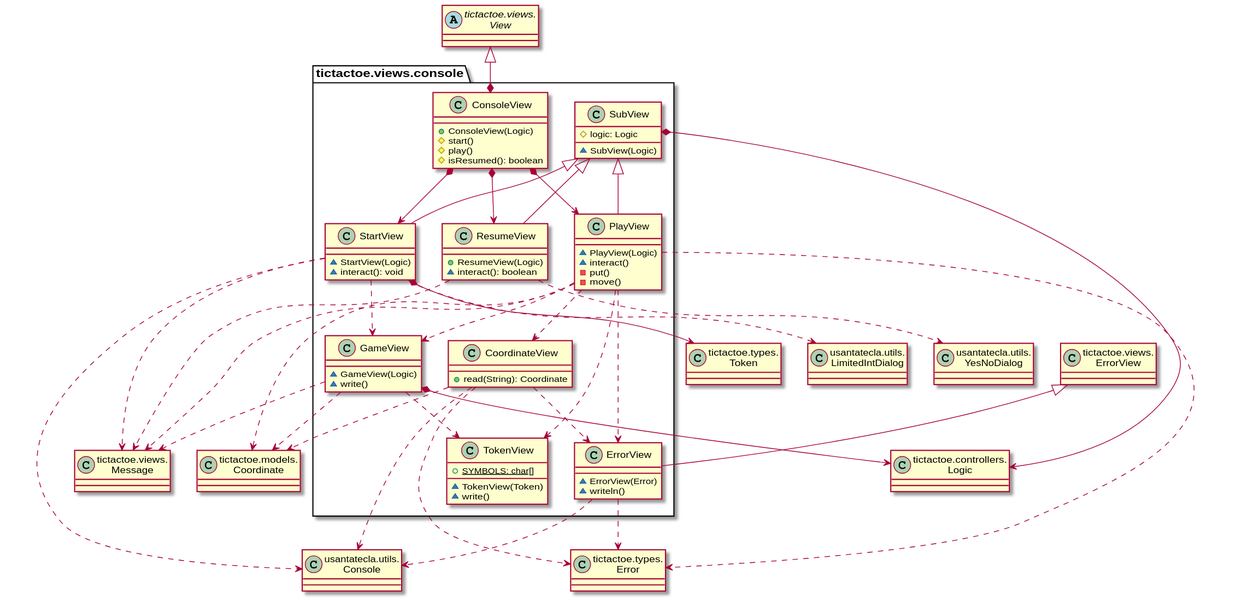
This is modelViewPresenter/presentationModel/withFacade/docs/diagrams/out/paquetes/paqueteTicTactoeViewsConsole.svg from Jolucaa/USantaTecla-project-ticTacToe, a PlantUML export, as it was before one commit. Source of this version:
```plantuml
@startuml
abstract class View as "tictactoe.views.\nView" {}
class Coordinate as "tictactoe.models.\nCoordinate" {}
class Error as "tictactoe.types.\nError" {}
class Token as "tictactoe.types.\nToken" {}
class Message as "tictactoe.views.\nMessage" {}
class ErrorView as "tictactoe.views.\nErrorView" {}
class Logic as "tictactoe.controllers.\nLogic" {}
class Console as "usantatecla.utils.\nConsole" {}
class YesNoDialog as "usantatecla.utils.\nYesNoDialog" {}
class LimitedIntDialog as "usantatecla.utils.\nLimitedIntDialog" {}

class tictactoe.views.console.ConsoleView{
  + ConsoleView(Logic)
  # start()
  # play()
  # isResumed(): boolean
}
tictactoe.views.console.ConsoleView *-up-|> View
tictactoe.views.console.ConsoleView *-down-> tictactoe.views.console.StartView
tictactoe.views.console.ConsoleView *-down-> tictactoe.views.console.PlayView
tictactoe.views.console.ConsoleView *-down-> tictactoe.views.console.ResumeView

class tictactoe.views.console.SubView {
  # logic: Logic
  ~ SubView(Logic)
}
tictactoe.views.console.SubView *-down-> Logic

class tictactoe.views.console.StartView {
  ~ StartView(Logic)
  ~ interact(): void
}
tictactoe.views.console.StartView -up-|> tictactoe.views.console.SubView
tictactoe.views.console.StartView .down.> tictactoe.views.console.GameView
tictactoe.views.console.StartView .down.> Message
tictactoe.views.console.StartView .down.> LimitedIntDialog

class tictactoe.views.console.PlayView {
  ~ PlayView(Logic)
  ~ interact()
  - put()
  - move()
}
tictactoe.views.console.PlayView -up-|> tictactoe.views.console.SubView
tictactoe.views.console.PlayView .down.> tictactoe.views.console.GameView
tictactoe.views.console.PlayView .down.> tictactoe.views.console.TokenView
tictactoe.views.console.PlayView .down.> tictactoe.views.console.CoordinateView
tictactoe.views.console.PlayView .down.> tictactoe.views.console.ErrorView
tictactoe.views.console.PlayView .down.> Coordinate
tictactoe.views.console.PlayView .down.> Message
tictactoe.views.console.PlayView .down.> Error

class  tictactoe.views.console.ResumeView {
  + ResumeView(Logic)
  ~ interact(): boolean
}
tictactoe.views.console.ResumeView -up-|> tictactoe.views.console.SubView
tictactoe.views.console.ResumeView .down.> Message
tictactoe.views.console.ResumeView .down.> YesNoDialog

class tictactoe.views.console.CoordinateView {
  + read(String): Coordinate
}
tictactoe.views.console.CoordinateView .down.> tictactoe.views.console.ErrorView
tictactoe.views.console.CoordinateView .down.> Console
tictactoe.views.console.CoordinateView .down.> Error
tictactoe.views.console.CoordinateView .down.> Coordinate

class tictactoe.views.console.ErrorView {
  ~ ErrorView(Error)
  ~ writeln()
}
tictactoe.views.console.ErrorView .down.> Error
tictactoe.views.console.ErrorView .down.> Console
ErrorView <|-down- tictactoe.views.console.ErrorView

class tictactoe.views.console.GameView {
  ~ GameView(Logic)
  ~ write()
}
tictactoe.views.console.GameView *-down-> Logic
tictactoe.views.console.GameView .down.> tictactoe.views.console.TokenView
tictactoe.views.console.GameView .down.> Coordinate
tictactoe.views.console.GameView .down.> Message

class tictactoe.views.console.TokenView {
  + {static} SYMBOLS: char[]
  ~ TokenView(Token)
  ~ write()
}
tictactoe.views.console.StartView *-down-> Token
tictactoe.views.console.StartView .down.> Console
@enduml
```
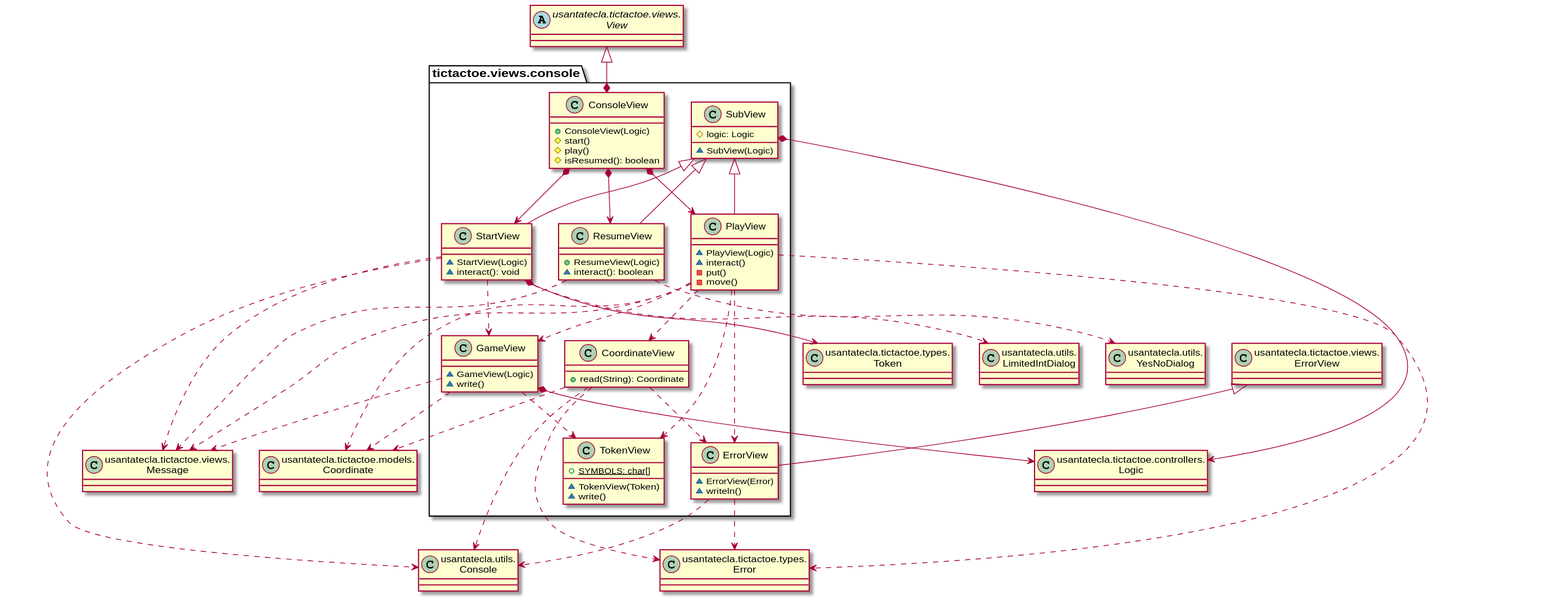
The same file after the commit.

Diff of the diagram source:
```diff
@@ -1,11 +1,11 @@
 @startuml
-abstract class View as "tictactoe.views.\nView" {}
-class Coordinate as "tictactoe.models.\nCoordinate" {}
-class Error as "tictactoe.types.\nError" {}
-class Token as "tictactoe.types.\nToken" {}
-class Message as "tictactoe.views.\nMessage" {}
-class ErrorView as "tictactoe.views.\nErrorView" {}
-class Logic as "tictactoe.controllers.\nLogic" {}
+abstract class View as "usantatecla.tictactoe.views.\nView" {}
+class Coordinate as "usantatecla.tictactoe.models.\nCoordinate" {}
+class Error as "usantatecla.tictactoe.types.\nError" {}
+class Token as "usantatecla.tictactoe.types.\nToken" {}
+class Message as "usantatecla.tictactoe.views.\nMessage" {}
+class ErrorView as "usantatecla.tictactoe.views.\nErrorView" {}
+class Logic as "usantatecla.tictactoe.controllers.\nLogic" {}
 class Console as "usantatecla.utils.\nConsole" {}
 class YesNoDialog as "usantatecla.utils.\nYesNoDialog" {}
 class LimitedIntDialog as "usantatecla.utils.\nLimitedIntDialog" {}
```
